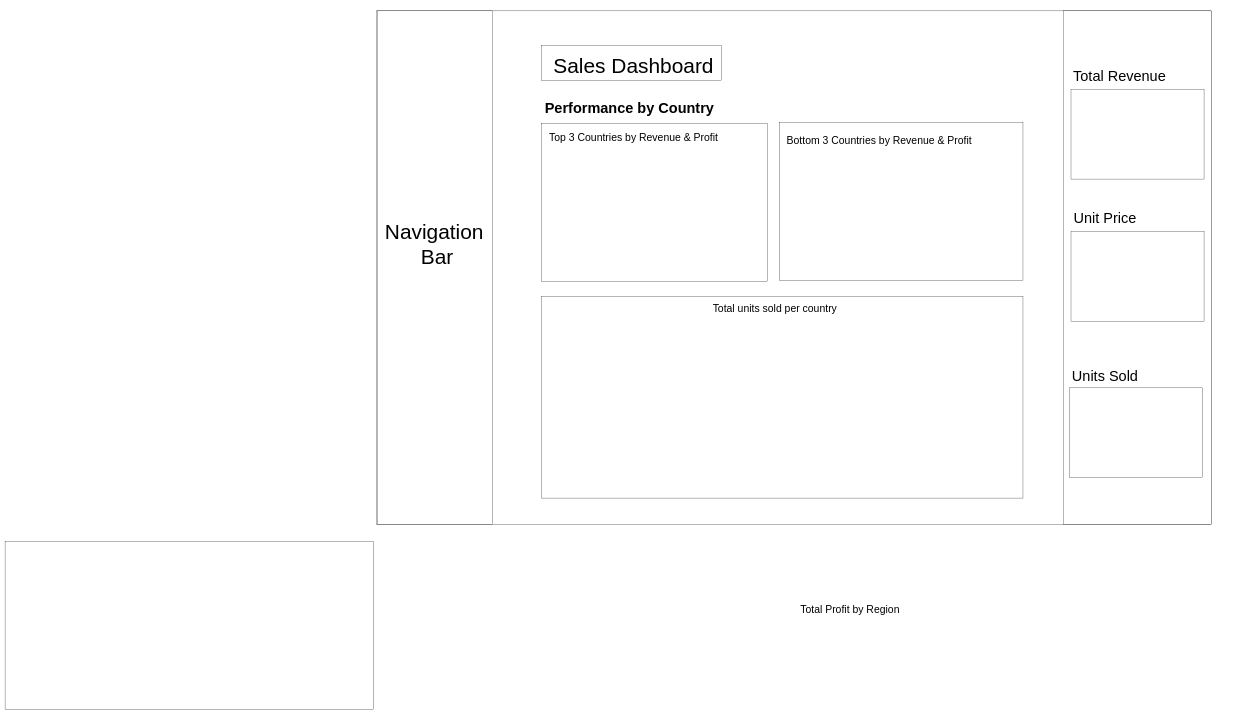
Earlier version of the draw.io diagram page "Page-2" (2 of 2) of Model.drawio (certifiedSAMMIE09/SalesBoard-model-and-virtualization). Source tidied: cells renumbered, new cells numbered last; positions are measured from the earlier drawing's top-left corner, leaving out a move shared by most shapes. Both pictures are drawn from the tidied source at 29%, with x=0, y=0 at pixel (5, 5).
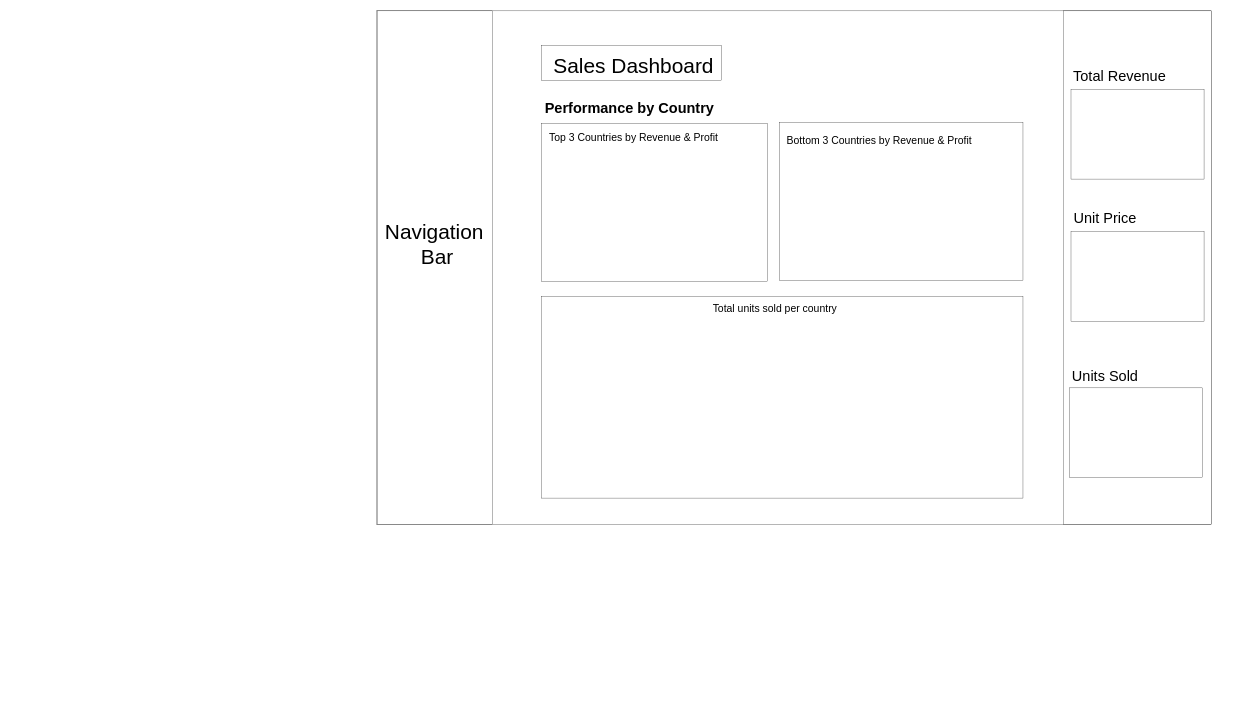
The same diagram, later.

Change to the diagram source:
```diff
@@
-    <mxCell id="4" style="rounded=0;whiteSpace=wrap;html=1;" parent="1" vertex="1">
-      <mxGeometry y="1850" width="1270" height="580" as="geometry" />
-    </mxCell>
@@
-    <mxCell id="11" value="&lt;font style=&quot;font-size: 36px;&quot;&gt;Total Profit by Region&lt;/font&gt;" style="text;html=1;strokeColor=none;fillColor=none;align=center;verticalAlign=middle;whiteSpace=wrap;rounded=0;" parent="1" vertex="1">
-      <mxGeometry x="2548.5" y="1870" width="729" height="430" as="geometry" />
-    </mxCell>
```
